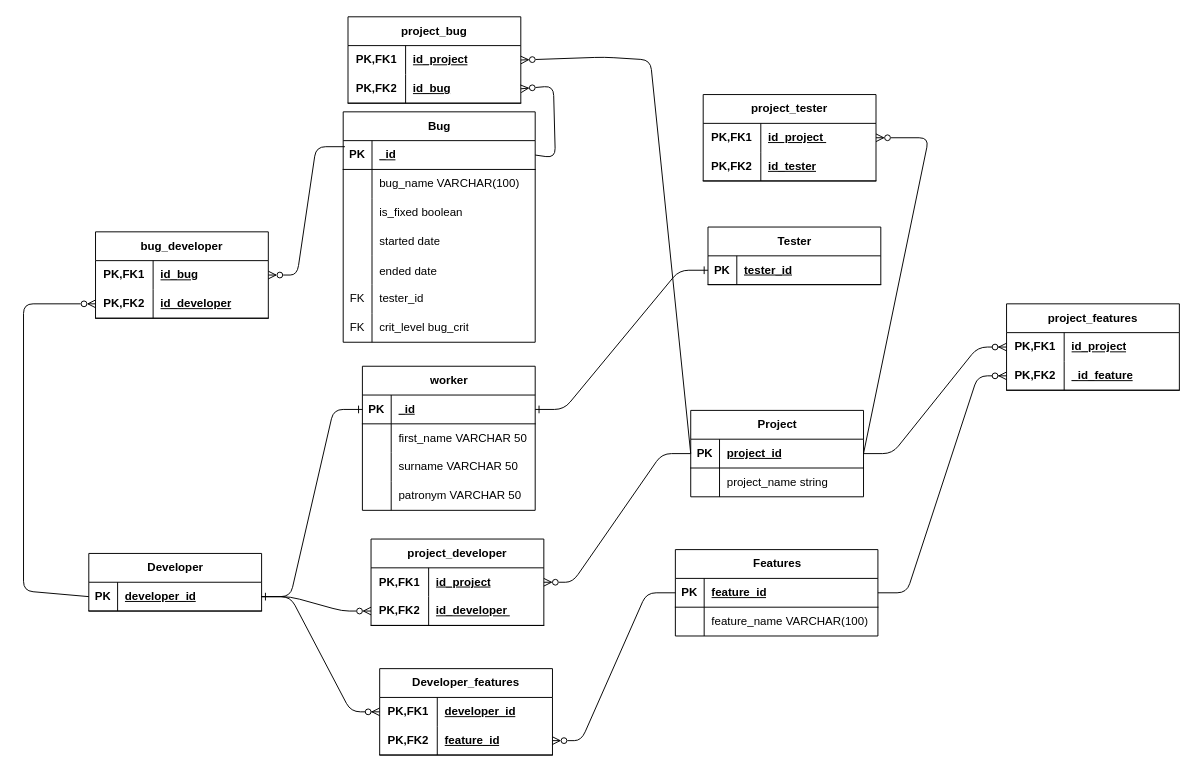
shmkvdmd/SUAI keeps this draw.io diagram as 3 year/DataBase/9lab/lab9.drawio. Above is the earlier version. Source tidied: cells renumbered, new cells numbered last; positions are measured from the earlier drawing's top-left corner, leaving out a move shared by most shapes. Both pictures are drawn from the tidied source at 96%, with x=0, y=0 at pixel (23, 16).
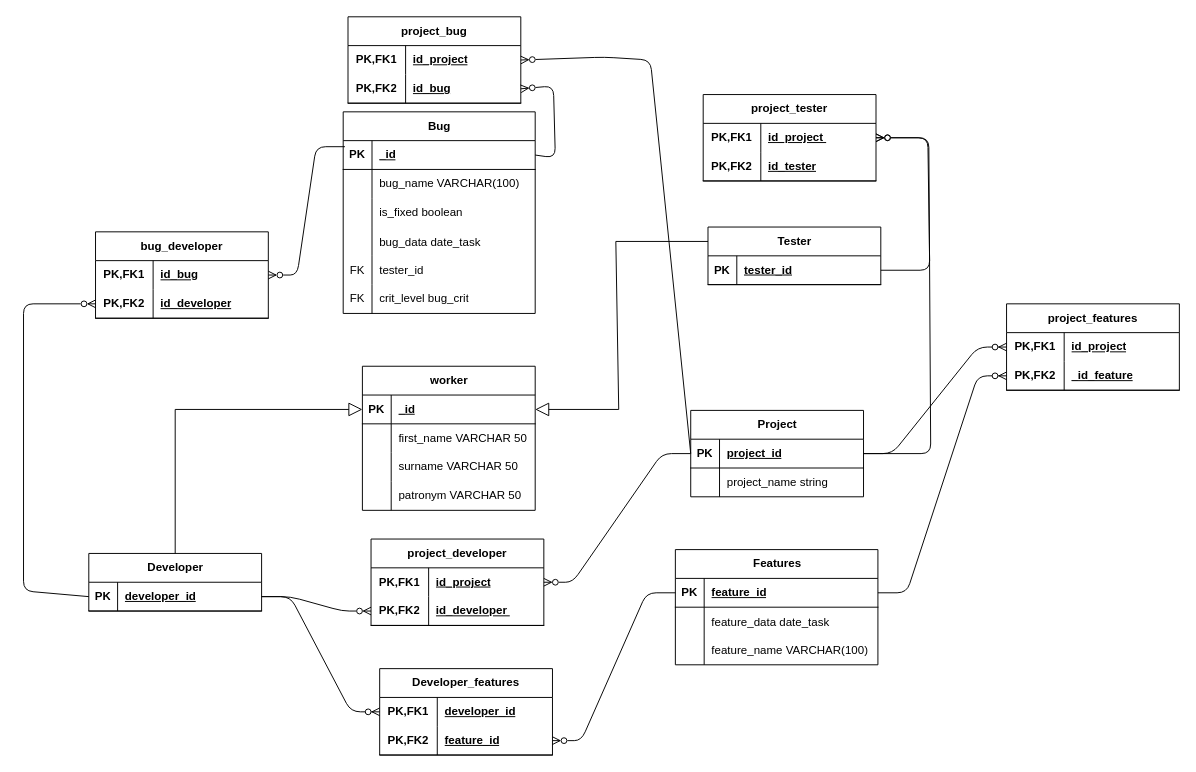
The same page after the edit.

Unchanged cells that the change refers to:
```xml
<mxCell id="3" style="shape=tableRow;horizontal=0;startSize=0;swimlaneHead=0;swimlaneBody=0;fillColor=none;points=[[0,0.5],[1,0.5]];portConstraint=eastwest;top=0;left=0;right=0;bottom=1;" parent="2" vertex="1">
  <mxGeometry y="30" width="180" height="30" as="geometry" />
</mxCell>
<mxCell id="9" value="Developer" style="shape=table;startSize=30;childLayout=tableLayout;rowLines=0;fontStyle=1;align=center;html=1;" parent="1" vertex="1">
  <mxGeometry x="68" y="559" width="180" height="60" as="geometry" />
</mxCell>
<mxCell id="10" style="shape=tableRow;horizontal=0;startSize=0;swimlaneHead=0;swimlaneBody=0;fillColor=none;points=[[0,0.5],[1,0.5]];portConstraint=eastwest;top=0;left=0;right=0;bottom=1;" parent="9" vertex="1">
  <mxGeometry y="30" width="180" height="30" as="geometry" />
</mxCell>
<mxCell id="14" style="shape=tableRow;horizontal=0;startSize=0;swimlaneHead=0;swimlaneBody=0;fillColor=none;points=[[0,0.5],[1,0.5]];portConstraint=eastwest;top=0;left=0;right=0;bottom=1;" parent="13" vertex="1">
  <mxGeometry y="30" width="180" height="30" as="geometry" />
</mxCell>
<mxCell id="36" style="shape=tableRow;horizontal=0;startSize=0;swimlaneHead=0;swimlaneBody=0;fillColor=none;top=0;left=0;right=0;bottom=0;" parent="26" vertex="1">
  <mxGeometry y="120" width="200" height="30" as="geometry" />
</mxCell>
<mxCell id="63" style="shape=tableRow;horizontal=0;startSize=0;swimlaneHead=0;swimlaneBody=0;fillColor=none;points=[[0,0.5],[1,0.5]];portConstraint=eastwest;top=0;left=0;right=0;bottom=0;html=1;" parent="62" vertex="1">
  <mxGeometry y="30" width="180" height="30" as="geometry" />
</mxCell>
<mxCell id="108" value="Tester" style="shape=table;startSize=30;childLayout=tableLayout;rowLines=0;fontStyle=1;align=center;html=1;" parent="1" vertex="1">
  <mxGeometry x="713" y="219" width="180" height="60" as="geometry" />
</mxCell>
<mxCell id="109" style="shape=tableRow;horizontal=0;startSize=0;swimlaneHead=0;swimlaneBody=0;fillColor=none;points=[[0,0.5],[1,0.5]];portConstraint=eastwest;top=0;left=0;right=0;bottom=1;" parent="108" vertex="1">
  <mxGeometry y="30" width="180" height="30" as="geometry" />
</mxCell>
```

Change to the diagram source:
```diff
@@
     <mxCell id="26" value="Bug" style="shape=table;startSize=30;childLayout=tableLayout;rowLines=0;fontStyle=1;align=center;html=1;" parent="1" vertex="1">
-      <mxGeometry x="333" y="99" width="200" height="240" as="geometry" />
+      <mxGeometry x="333" y="99" width="200" height="210" as="geometry" />
     </mxCell>
@@
-    <mxCell id="37" style="shape=partialRectangle;fillColor=none;top=0;left=0;bottom=0;right=0;overflow=hidden;whiteSpace=wrap;html=1;" parent="36" vertex="1">
-      <mxGeometry width="30" height="30" as="geometry" />
-    </mxCell>
-    <mxCell id="38" value="started date" style="shape=partialRectangle;fillColor=none;top=0;left=0;bottom=0;right=0;align=left;spacingLeft=6;overflow=hidden;whiteSpace=wrap;html=1;" parent="36" vertex="1">
-      <mxGeometry x="30" width="170" height="30" as="geometry" />
-    </mxCell>
-    <mxCell id="39" style="shape=tableRow;horizontal=0;startSize=0;swimlaneHead=0;swimlaneBody=0;fillColor=none;top=0;left=0;right=0;bottom=0;" parent="26" vertex="1">
-      <mxGeometry y="150" width="200" height="30" as="geometry" />
-    </mxCell>
-    <mxCell id="40" style="shape=partialRectangle;fillColor=none;top=0;left=0;bottom=0;right=0;overflow=hidden;" parent="39" vertex="1">
-      <mxGeometry width="30" height="30" as="geometry" />
-    </mxCell>
-    <mxCell id="41" value="ended date" style="shape=partialRectangle;fillColor=none;top=0;left=0;bottom=0;right=0;align=left;spacingLeft=6;overflow=hidden;" parent="39" vertex="1">
-      <mxGeometry x="30" width="170" height="30" as="geometry" />
-    </mxCell>
+    <mxCell id="114" style="shape=partialRectangle;fillColor=none;top=0;left=0;bottom=0;right=0;overflow=hidden;" parent="36" vertex="1">
+      <mxGeometry width="30" height="30" as="geometry" />
+    </mxCell>
+    <mxCell id="115" value="bug_data date_task" style="shape=partialRectangle;fillColor=none;top=0;left=0;bottom=0;right=0;align=left;spacingLeft=6;overflow=hidden;" parent="36" vertex="1">
+      <mxGeometry x="30" width="170" height="30" as="geometry" />
+    </mxCell>
     <mxCell id="42" style="shape=tableRow;horizontal=0;startSize=0;swimlaneHead=0;swimlaneBody=0;fillColor=none;top=0;left=0;right=0;bottom=0;" parent="26" vertex="1">
-      <mxGeometry y="180" width="200" height="30" as="geometry" />
+      <mxGeometry y="150" width="200" height="30" as="geometry" />
     </mxCell>
@@
     <mxCell id="45" style="shape=tableRow;horizontal=0;startSize=0;swimlaneHead=0;swimlaneBody=0;fillColor=none;top=0;left=0;right=0;bottom=0;" parent="26" vertex="1">
-      <mxGeometry y="210" width="200" height="30" as="geometry" />
+      <mxGeometry y="180" width="200" height="30" as="geometry" />
     </mxCell>
@@
     <mxCell id="76" style="fontSize=12;html=1;endArrow=none;endFill=0;rounded=1;exitX=1;exitY=0.5;exitDx=0;exitDy=0;entryX=1;entryY=0.5;entryDx=0;entryDy=0;startArrow=ERzeroToMany;startFill=0;" parent="1" edge="1" source="63" target="3">
       <mxGeometry relative="1" as="geometry">
         <Array as="points">
           <mxPoint x="943" y="126" />
+          <mxPoint x="945" y="455" />
         </Array>
       </mxGeometry>
     </mxCell>
@@
     <mxCell id="83" value="Features" style="shape=table;startSize=30;childLayout=tableLayout;rowLines=0;fontStyle=1;align=center;html=1;" parent="1" vertex="1">
-      <mxGeometry x="679" y="555" width="211" height="90" as="geometry" />
+      <mxGeometry x="679" y="555" width="211" height="120" as="geometry" />
     </mxCell>
@@
+    <mxCell id="116" style="shape=tableRow;horizontal=0;startSize=0;swimlaneHead=0;swimlaneBody=0;fillColor=none;top=0;left=0;right=0;bottom=0;" parent="83" vertex="1">
+      <mxGeometry y="60" width="211" height="30" as="geometry" />
+    </mxCell>
+    <mxCell id="117" style="shape=partialRectangle;fillColor=none;top=0;left=0;bottom=0;right=0;overflow=hidden;" parent="116" vertex="1">
+      <mxGeometry width="30" height="30" as="geometry" />
+    </mxCell>
+    <mxCell id="118" value="feature_data date_task" style="shape=partialRectangle;fillColor=none;top=0;left=0;bottom=0;right=0;align=left;spacingLeft=6;overflow=hidden;" parent="116" vertex="1">
+      <mxGeometry x="30" width="181" height="30" as="geometry" />
+    </mxCell>
     <mxCell id="87" style="shape=tableRow;horizontal=0;startSize=0;swimlaneHead=0;swimlaneBody=0;fillColor=none;top=0;left=0;right=0;bottom=0;" parent="83" vertex="1">
-      <mxGeometry y="60" width="211" height="30" as="geometry" />
+      <mxGeometry y="90" width="211" height="30" as="geometry" />
     </mxCell>
@@
-    <mxCell id="112" style="edgeStyle=entityRelationEdgeStyle;fontSize=12;html=1;endArrow=ERone;endFill=0;rounded=1;entryX=0;entryY=0.5;entryDx=0;entryDy=0;exitX=1;exitY=0.5;exitDx=0;exitDy=0;curved=0;startArrow=ERone;startFill=0;" parent="1" edge="1" source="10" target="14">
-      <mxGeometry relative="1" as="geometry" />
-    </mxCell>
-    <mxCell id="113" style="edgeStyle=entityRelationEdgeStyle;fontSize=12;html=1;endArrow=ERone;endFill=0;rounded=1;exitX=1;exitY=0.5;exitDx=0;exitDy=0;curved=0;startArrow=ERone;startFill=0;" parent="1" edge="1" source="14" target="109">
-      <mxGeometry relative="1" as="geometry" />
-    </mxCell>
+    <mxCell id="119" style="endArrow=block;endFill=0;endSize=12;html=1;rounded=0;entryX=0;entryY=0.5;entryDx=0;entryDy=0;exitX=0.5;exitY=0;exitDx=0;exitDy=0;" parent="1" edge="1" source="9" target="14">
+      <mxGeometry relative="1" as="geometry">
+        <Array as="points">
+          <mxPoint x="158" y="409" />
+        </Array>
+      </mxGeometry>
+    </mxCell>
+    <mxCell id="120" style="endArrow=none;endFill=0;endSize=12;html=1;rounded=0;exitX=1;exitY=0.5;exitDx=0;exitDy=0;entryX=0;entryY=0.25;entryDx=0;entryDy=0;startArrow=block;startFill=0;targetPerimeterSpacing=0;strokeWidth=1;startSize=12;" parent="1" edge="1" source="14" target="108">
+      <mxGeometry relative="1" as="geometry">
+        <Array as="points">
+          <mxPoint x="620" y="409" />
+          <mxPoint x="617" y="234" />
+        </Array>
+      </mxGeometry>
+    </mxCell>
+    <mxCell id="121" style="fontSize=12;html=1;endArrow=none;endFill=0;rounded=1;exitX=1;exitY=0.5;exitDx=0;exitDy=0;entryX=1;entryY=0.5;entryDx=0;entryDy=0;startArrow=ERzeroToMany;startFill=0;" parent="1" edge="1" source="63" target="109">
+      <mxGeometry relative="1" as="geometry">
+        <Array as="points">
+          <mxPoint x="942" y="126" />
+          <mxPoint x="944" y="264" />
+        </Array>
+      </mxGeometry>
+    </mxCell>
```
